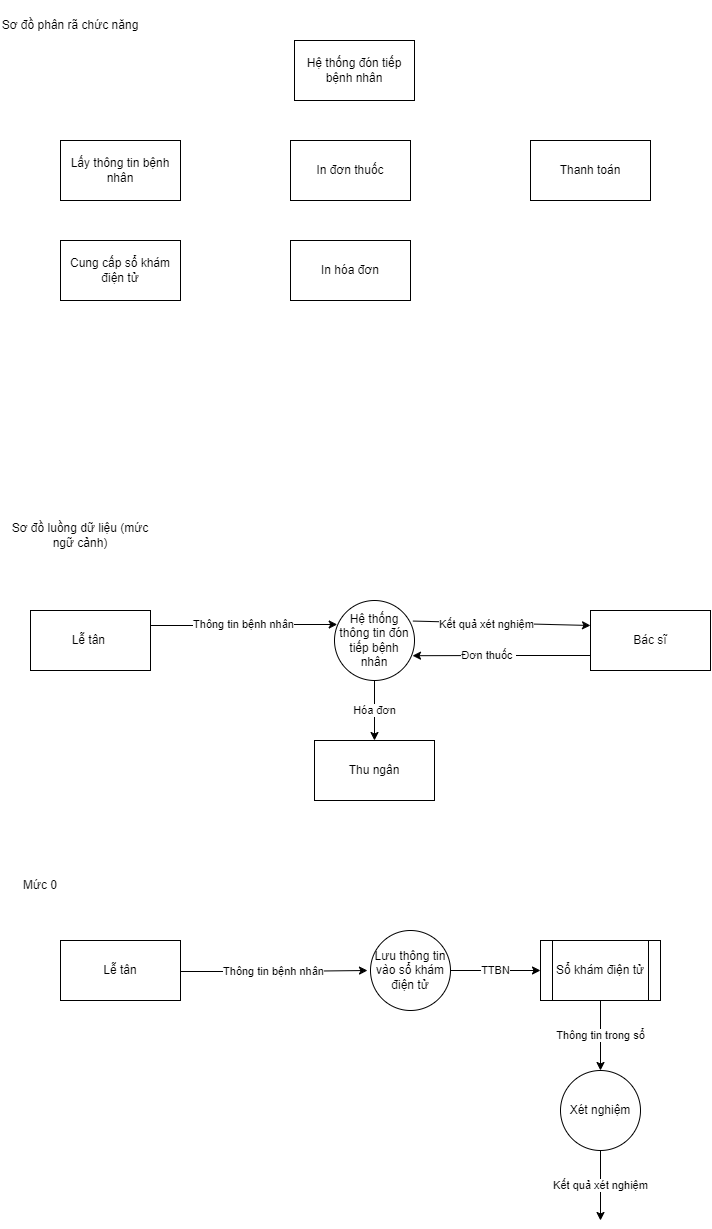
Earlier version of the draw.io export DFD4.png (InfiniteByte1811/branch1). Source tidied: cells renumbered, new cells last; positions are measured from the earlier drawing's top-left corner, leaving out a move shared by most shapes. Its diagram source:
```xml
<mxGraphModel>
  <root>
    <mxCell id="0" />
    <mxCell id="1" parent="0" />
    <mxCell id="2" value="Sơ đồ phân rã chức năng" style="text;html=1;strokeColor=none;fillColor=none;align=center;verticalAlign=middle;whiteSpace=wrap;rounded=0;" parent="1" vertex="1">
      <mxGeometry width="140" height="50" as="geometry" />
    </mxCell>
    <mxCell id="3" value="Sơ đồ luồng dữ liệu (mức ngữ cảnh)" style="text;html=1;strokeColor=none;fillColor=none;align=center;verticalAlign=middle;whiteSpace=wrap;rounded=0;" parent="1" vertex="1">
      <mxGeometry x="10" y="510" width="140" height="50" as="geometry" />
    </mxCell>
    <mxCell id="4" value="Thông tin bệnh nhân" style="edgeStyle=orthogonalEdgeStyle;rounded=0;jettySize=auto;html=1;exitX=1;exitY=0.25;exitDx=0;exitDy=0;entryX=0.034;entryY=0.3;entryDx=0;entryDy=0;entryPerimeter=0;" parent="1" edge="1" source="5" target="10">
      <mxGeometry relative="1" as="geometry" />
    </mxCell>
    <mxCell id="5" value="Lễ tân&amp;nbsp;" style="rounded=0;whiteSpace=wrap;html=1;" parent="1" vertex="1">
      <mxGeometry x="30" y="610" width="120" height="60" as="geometry" />
    </mxCell>
    <mxCell id="6" style="edgeStyle=orthogonalEdgeStyle;rounded=0;jettySize=auto;html=1;exitX=0;exitY=0.75;exitDx=0;exitDy=0;entryX=0.975;entryY=0.69;entryDx=0;entryDy=0;entryPerimeter=0;" parent="1" edge="1" source="8" target="10">
      <mxGeometry relative="1" as="geometry" />
    </mxCell>
    <mxCell id="7" value="Đơn thuốc&amp;nbsp;" style="edgeLabel;html=1;align=center;verticalAlign=middle;" parent="6" vertex="1">
      <mxGeometry x="0.14" y="-1" relative="1" as="geometry" />
    </mxCell>
    <mxCell id="8" value="Bác sĩ" style="rounded=0;whiteSpace=wrap;html=1;" parent="1" vertex="1">
      <mxGeometry x="590" y="610" width="120" height="60" as="geometry" />
    </mxCell>
    <mxCell id="9" value="Hóa đơn" style="edgeStyle=orthogonalEdgeStyle;rounded=0;jettySize=auto;html=1;entryX=0.5;entryY=0;entryDx=0;entryDy=0;" parent="1" edge="1" source="10" target="19">
      <mxGeometry relative="1" as="geometry" />
    </mxCell>
    <mxCell id="10" value="Hệ thống thông tin đón tiếp bệnh nhân" style="ellipse;whiteSpace=wrap;html=1;" parent="1" vertex="1">
      <mxGeometry x="334" y="600" width="80" height="80" as="geometry" />
    </mxCell>
    <mxCell id="11" style="endArrow=classic;html=1;rounded=0;entryX=0;entryY=0.25;entryDx=0;entryDy=0;exitX=0.98;exitY=0.257;exitDx=0;exitDy=0;exitPerimeter=0;" parent="1" edge="1" source="10" target="8">
      <mxGeometry relative="1" as="geometry" />
    </mxCell>
    <mxCell id="12" value="Kết quả xét nghiệm" style="edgeLabel;html=1;align=center;verticalAlign=middle;" parent="11" vertex="1">
      <mxGeometry x="-0.18" y="-1" relative="1" as="geometry" />
    </mxCell>
    <mxCell id="13" value="Hệ thống đón tiếp bệnh nhân" style="rounded=0;whiteSpace=wrap;html=1;" parent="1" vertex="1">
      <mxGeometry x="294" y="40" width="120" height="60" as="geometry" />
    </mxCell>
    <mxCell id="14" value="Lấy thông tin bệnh nhân" style="rounded=0;whiteSpace=wrap;html=1;" parent="1" vertex="1">
      <mxGeometry x="60" y="140" width="120" height="60" as="geometry" />
    </mxCell>
    <mxCell id="15" value="In đơn thuốc" style="rounded=0;whiteSpace=wrap;html=1;" parent="1" vertex="1">
      <mxGeometry x="290" y="140" width="120" height="60" as="geometry" />
    </mxCell>
    <mxCell id="16" value="In hóa đơn" style="rounded=0;whiteSpace=wrap;html=1;" parent="1" vertex="1">
      <mxGeometry x="290" y="240" width="120" height="60" as="geometry" />
    </mxCell>
    <mxCell id="17" value="Thanh toán" style="rounded=0;whiteSpace=wrap;html=1;" parent="1" vertex="1">
      <mxGeometry x="530" y="140" width="120" height="60" as="geometry" />
    </mxCell>
    <mxCell id="18" value="Cung cấp sổ khám điện tử" style="rounded=0;whiteSpace=wrap;html=1;" parent="1" vertex="1">
      <mxGeometry x="60" y="240" width="120" height="60" as="geometry" />
    </mxCell>
    <mxCell id="19" value="Thu ngân" style="rounded=0;whiteSpace=wrap;html=1;" parent="1" vertex="1">
      <mxGeometry x="314" y="740" width="120" height="60" as="geometry" />
    </mxCell>
    <mxCell id="20" value="Mức 0" style="text;html=1;strokeColor=none;fillColor=none;align=center;verticalAlign=middle;whiteSpace=wrap;rounded=0;" parent="1" vertex="1">
      <mxGeometry x="10" y="870" width="60" height="30" as="geometry" />
    </mxCell>
    <mxCell id="21" value="Lễ tân" style="rounded=0;whiteSpace=wrap;html=1;" parent="1" vertex="1">
      <mxGeometry x="60" y="940" width="120" height="60" as="geometry" />
    </mxCell>
    <mxCell id="22" value="Thông tin bệnh nhân" style="edgeStyle=orthogonalEdgeStyle;rounded=0;orthogonalLoop=1;jettySize=auto;html=1;exitX=1;exitY=0.25;exitDx=0;exitDy=0;entryX=0.034;entryY=0.3;entryDx=0;entryDy=0;entryPerimeter=0;" parent="1" edge="1">
      <mxGeometry relative="1" as="geometry">
        <mxPoint x="180" y="971" as="sourcePoint" />
        <mxPoint x="367" y="970" as="targetPoint" />
        <Array as="points">
          <mxPoint x="274" y="971" />
          <mxPoint x="367" y="970" />
        </Array>
      </mxGeometry>
    </mxCell>
    <mxCell id="23" value="TTBN" style="edgeStyle=orthogonalEdgeStyle;rounded=0;jettySize=auto;html=1;entryX=0;entryY=0.5;entryDx=0;entryDy=0;" parent="1" edge="1" source="24" target="26">
      <mxGeometry relative="1" as="geometry" />
    </mxCell>
    <mxCell id="24" value="Lưu thông tin vào sổ khám điện tử" style="ellipse;whiteSpace=wrap;html=1;" parent="1" vertex="1">
      <mxGeometry x="370" y="930" width="80" height="80" as="geometry" />
    </mxCell>
    <mxCell id="25" value="Thông tin trong sổ" style="edgeStyle=orthogonalEdgeStyle;rounded=0;jettySize=auto;html=1;entryX=0.5;entryY=0;entryDx=0;entryDy=0;" parent="1" edge="1" source="26" target="28">
      <mxGeometry relative="1" as="geometry" />
    </mxCell>
    <mxCell id="26" value="Sổ khám điện tử" style="shape=process;whiteSpace=wrap;html=1;backgroundOutline=1;" parent="1" vertex="1">
      <mxGeometry x="540" y="940" width="120" height="60" as="geometry" />
    </mxCell>
    <mxCell id="27" value="Kết quả xét nghiệm" style="edgeStyle=orthogonalEdgeStyle;rounded=0;jettySize=auto;html=1;" parent="1" edge="1" source="28">
      <mxGeometry relative="1" as="geometry">
        <mxPoint x="600" y="1220" as="targetPoint" />
      </mxGeometry>
    </mxCell>
    <mxCell id="28" value="Xét nghiệm" style="ellipse;whiteSpace=wrap;html=1;" parent="1" vertex="1">
      <mxGeometry x="560" y="1070" width="80" height="80" as="geometry" />
    </mxCell>
  </root>
</mxGraphModel>
```
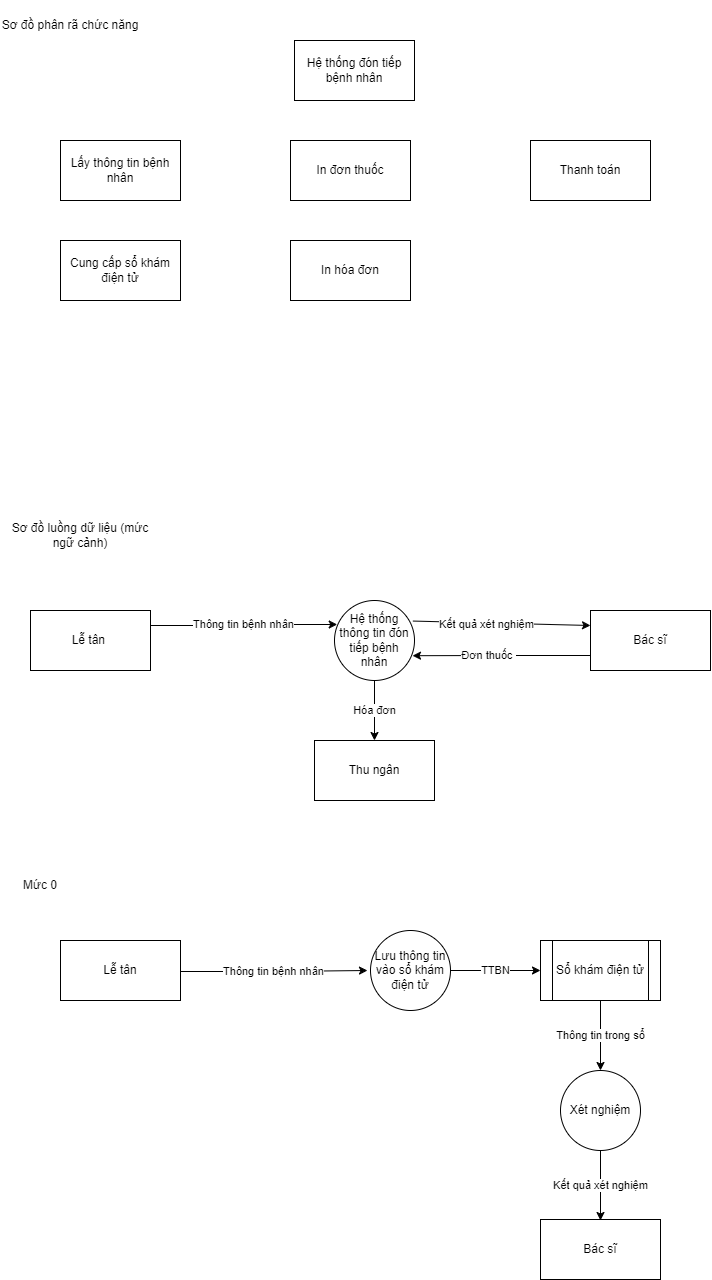
The same diagram one commit later.

Commit message:
Cập nhật DFD4.png

Change to the diagram source:
```diff
@@ -92,5 +92,8 @@
     <mxCell id="28" value="Xét nghiệm" style="ellipse;whiteSpace=wrap;html=1;" parent="1" vertex="1">
       <mxGeometry x="560" y="1070" width="80" height="80" as="geometry" />
     </mxCell>
+    <mxCell id="29" value="Bác sĩ" style="rounded=0;whiteSpace=wrap;html=1;" parent="1" vertex="1">
+      <mxGeometry x="540" y="1219" width="120" height="60" as="geometry" />
+    </mxCell>
   </root>
 </mxGraphModel>
```
